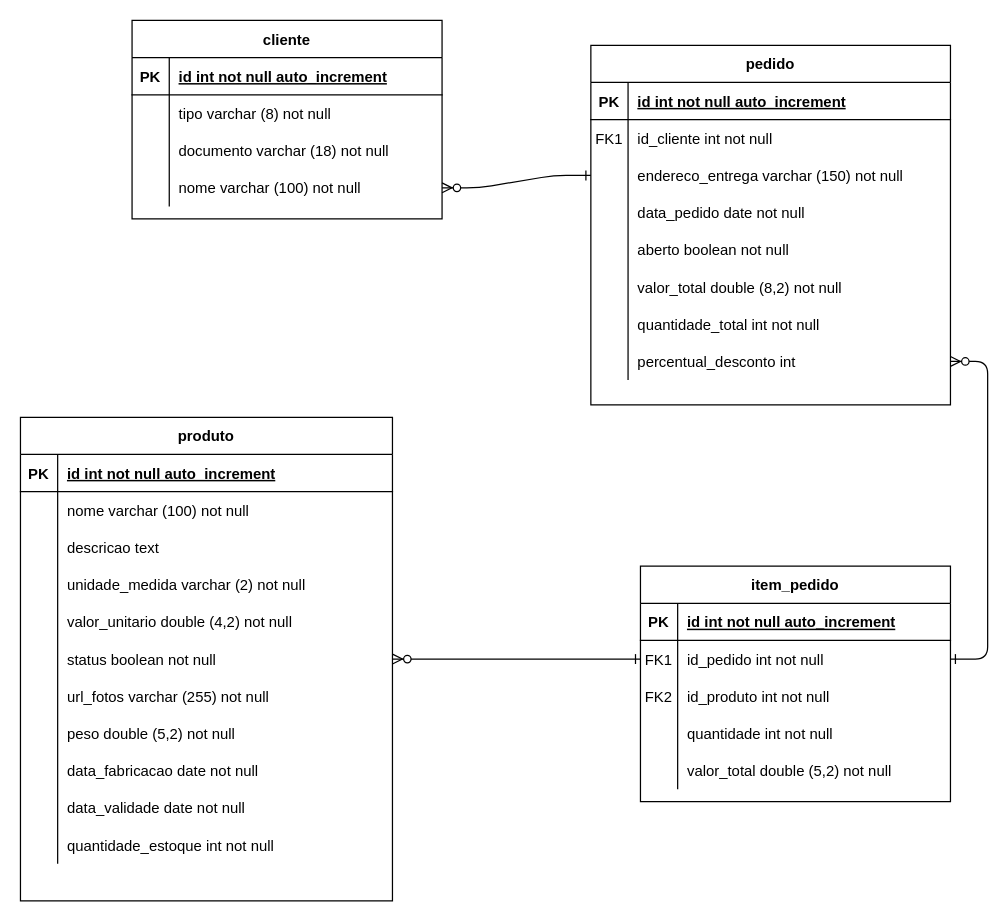
anamelotm/Chocolate-ponto-e-virgula keeps this draw.io diagram as Modelagem/MER.drawio. Above is the earlier version. Source tidied: cells renumbered, new cells numbered last; positions are measured from the earlier drawing's top-left corner, leaving out a move shared by most shapes. Both pictures are drawn from the tidied source at 124%, with x=0, y=0 at pixel (20, 20).
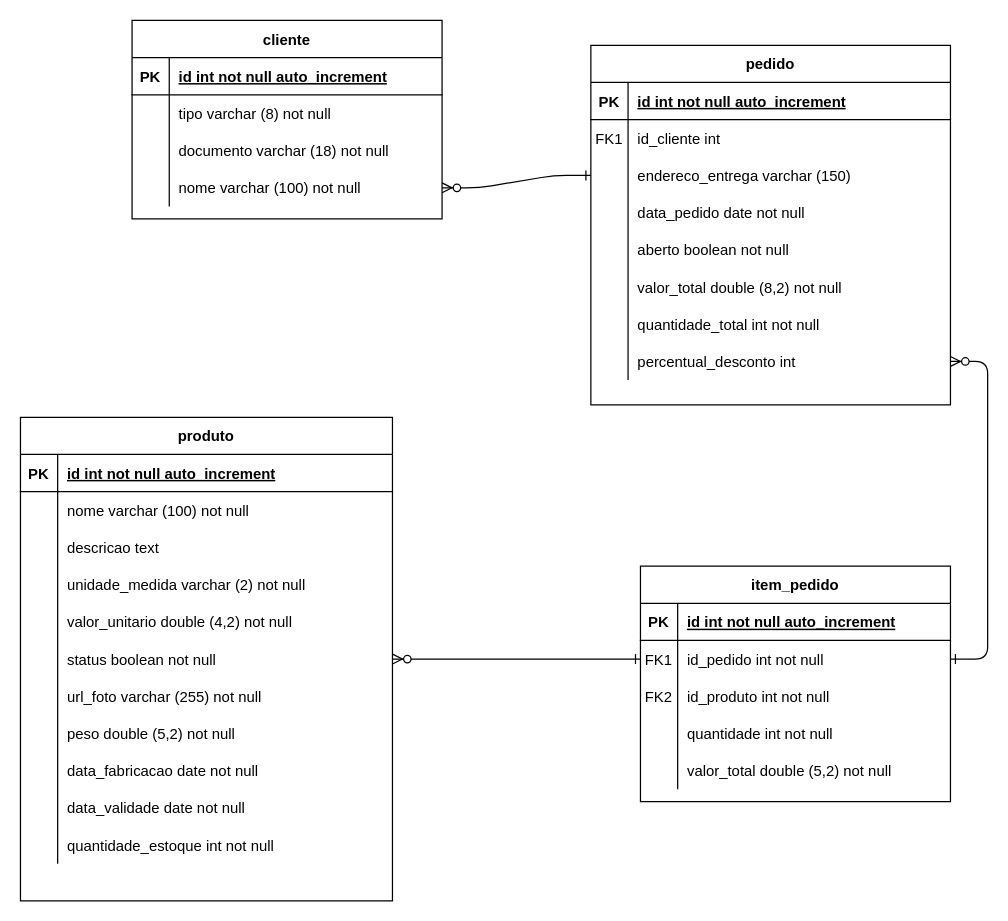
The same diagram, later.

Commit message:
atualização tabela pedido

The change refers to these unchanged cells:
```xml
<mxCell id="6" style="shape=partialRectangle;fillColor=none;top=0;left=0;right=0;bottom=0;" parent="2" vertex="1">
  <mxGeometry y="60" width="290" height="30" as="geometry" />
</mxCell>
<mxCell id="9" style="shape=partialRectangle;fillColor=none;points=[[0,0.5],[1,0.5]];portConstraint=eastwest;top=0;left=0;right=0;bottom=0;" parent="2" vertex="1">
  <mxGeometry y="90" width="290" height="30" as="geometry" />
</mxCell>
<mxCell id="75" style="shape=partialRectangle;fillColor=none;top=0;left=0;right=0;bottom=0;" parent="56" vertex="1">
  <mxGeometry y="210" width="300" height="30" as="geometry" />
</mxCell>
```

Diff of the diagram source:
```diff
@@
-    <mxCell id="8" value="id_cliente int not null" style="shape=partialRectangle;overflow=hidden;fillColor=none;top=0;left=0;bottom=0;right=0;align=left;spacingLeft=6;" parent="6" vertex="1">
+    <mxCell id="8" value="id_cliente int " style="shape=partialRectangle;overflow=hidden;fillColor=none;top=0;left=0;bottom=0;right=0;align=left;spacingLeft=6;" parent="6" vertex="1">
       <mxGeometry x="30" width="260" height="30" as="geometry" />
     </mxCell>
@@
-    <mxCell id="11" value="endereco_entrega varchar (150) not null" style="shape=partialRectangle;overflow=hidden;fillColor=none;top=0;left=0;bottom=0;right=0;align=left;spacingLeft=6;" parent="9" vertex="1">
+    <mxCell id="11" value="endereco_entrega varchar (150)" style="shape=partialRectangle;overflow=hidden;fillColor=none;top=0;left=0;bottom=0;right=0;align=left;spacingLeft=6;" parent="9" vertex="1">
       <mxGeometry x="30" width="260" height="30" as="geometry" />
     </mxCell>
@@
-    <mxCell id="77" value="url_fotos varchar (255) not null" style="shape=partialRectangle;overflow=hidden;fillColor=none;top=0;left=0;bottom=0;right=0;align=left;spacingLeft=6;" parent="75" vertex="1">
+    <mxCell id="77" value="url_foto varchar (255) not null" style="shape=partialRectangle;overflow=hidden;fillColor=none;top=0;left=0;bottom=0;right=0;align=left;spacingLeft=6;" parent="75" vertex="1">
       <mxGeometry x="30" width="270" height="30" as="geometry" />
     </mxCell>
```
